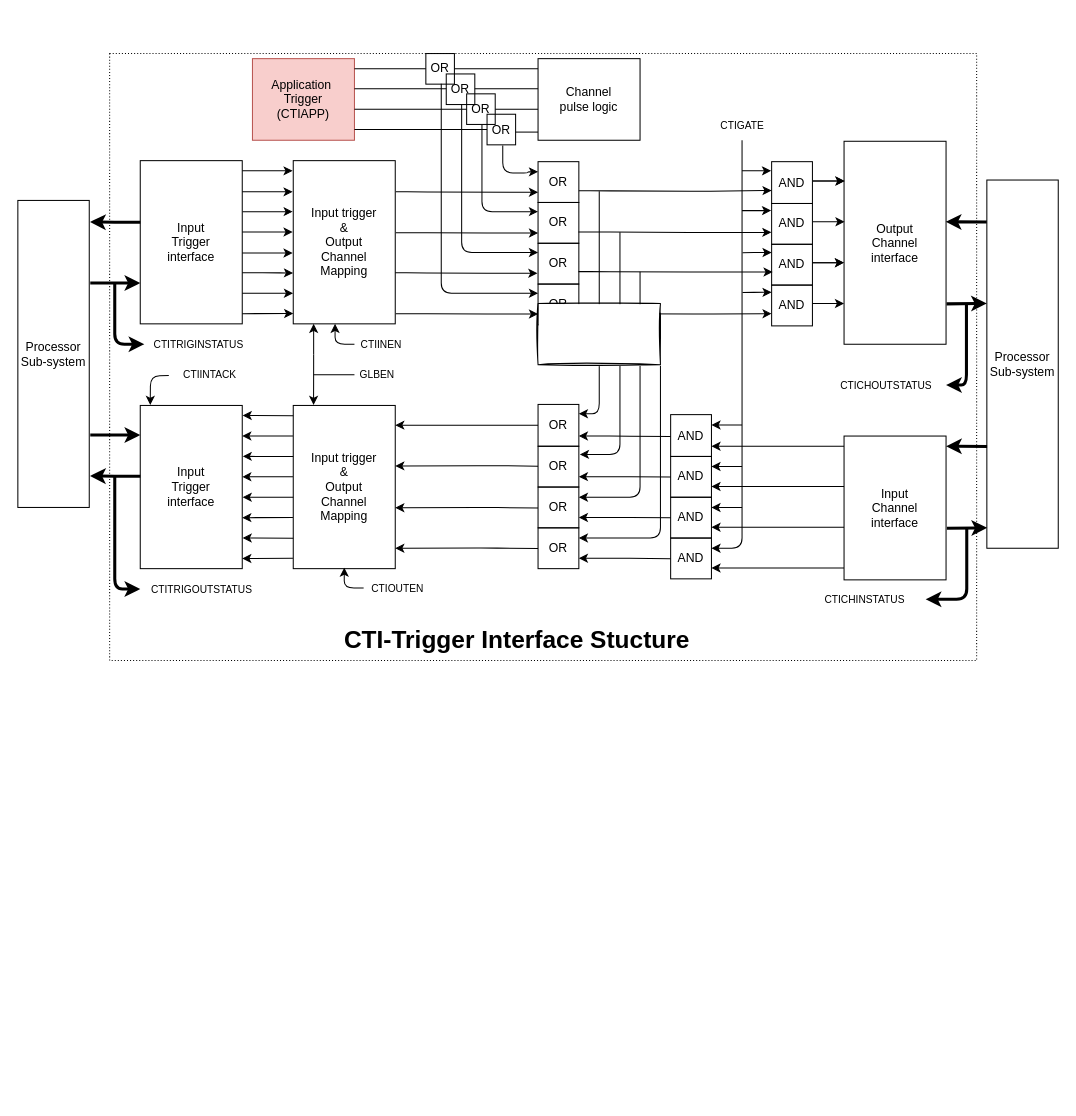
lzwgucas/ISP_UVM keeps this draw.io diagram as Untitled Diagram.drawio. Above is the earlier version. Source tidied: cells renumbered, new cells numbered last; positions are measured from the earlier drawing's top-left corner, leaving out a move shared by most shapes. Both pictures are drawn from the tidied source at 102%, with x=0, y=0 at pixel (17, 53).
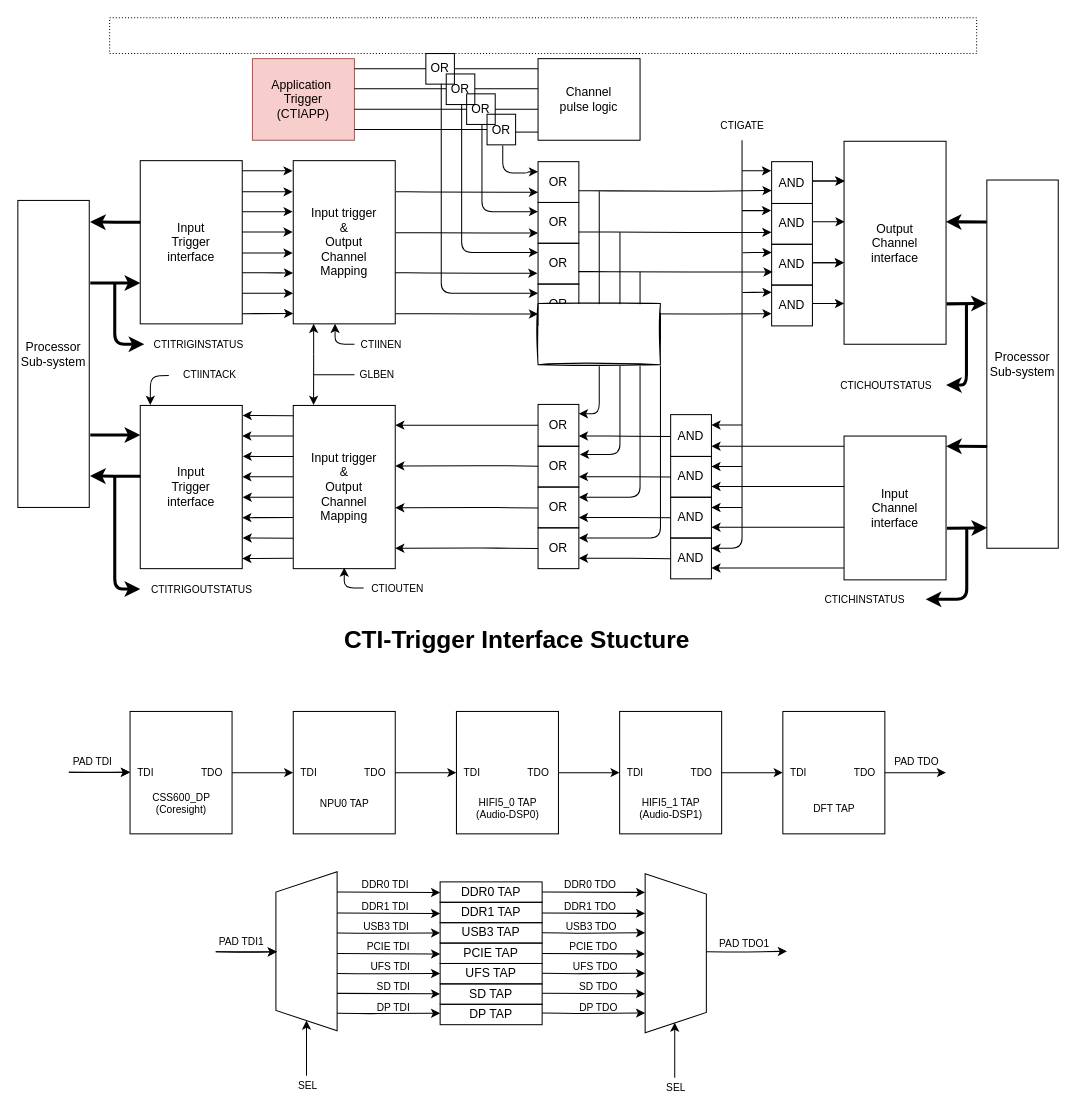
After the change.

Change to the diagram source:
```diff
@@
     <mxCell id="127" style="rounded=0;whiteSpace=wrap;html=1;shadow=0;gradientColor=#ffffff;glass=0;fillColor=none;dashed=1;dashPattern=1 2;" parent="1" vertex="1">
-      <mxGeometry x="90" width="850" height="595" as="geometry" />
+      <mxGeometry x="90" y="-35" width="850" height="35" as="geometry" />
     </mxCell>
@@
+    <mxCell id="129" style="rounded=0;whiteSpace=wrap;html=1;shadow=0;gradientColor=#ffffff;glass=0;fillColor=none;" parent="1" vertex="1">
+      <mxGeometry x="110" y="645" width="100" height="120" as="geometry" />
+    </mxCell>
+    <mxCell id="130" style="endArrow=classic;html=1;" parent="1" edge="1">
+      <mxGeometry relative="1" as="geometry">
+        <mxPoint x="210" y="705" as="sourcePoint" />
+        <mxPoint x="270" y="705" as="targetPoint" />
+      </mxGeometry>
+    </mxCell>
+    <mxCell id="131" value="TDI" style="text;html=1;align=center;verticalAlign=middle;fillColor=none;strokeColor=none;rounded=0;shadow=0;glass=0;fontSize=10;" parent="1" vertex="1">
+      <mxGeometry x="110" y="695" width="30" height="20" as="geometry" />
+    </mxCell>
+    <mxCell id="132" value="TDO" style="text;html=1;align=center;verticalAlign=middle;fillColor=none;strokeColor=none;rounded=0;shadow=0;glass=0;fontSize=10;" parent="1" vertex="1">
+      <mxGeometry x="170" y="695" width="40" height="20" as="geometry" />
+    </mxCell>
+    <mxCell id="133" style="rounded=0;whiteSpace=wrap;html=1;shadow=0;gradientColor=#ffffff;glass=0;fillColor=none;" parent="1" vertex="1">
+      <mxGeometry x="270" y="645" width="100" height="120" as="geometry" />
+    </mxCell>
+    <mxCell id="134" style="endArrow=classic;html=1;" parent="1" edge="1">
+      <mxGeometry relative="1" as="geometry">
+        <mxPoint x="370" y="705" as="sourcePoint" />
+        <mxPoint x="430" y="705" as="targetPoint" />
+      </mxGeometry>
+    </mxCell>
+    <mxCell id="135" value="TDI" style="text;html=1;align=center;verticalAlign=middle;fillColor=none;strokeColor=none;rounded=0;shadow=0;glass=0;fontSize=10;" parent="1" vertex="1">
+      <mxGeometry x="270" y="695" width="30" height="20" as="geometry" />
+    </mxCell>
+    <mxCell id="136" value="TDO" style="text;html=1;align=center;verticalAlign=middle;fillColor=none;strokeColor=none;rounded=0;shadow=0;glass=0;fontSize=10;" parent="1" vertex="1">
+      <mxGeometry x="330" y="695" width="40" height="20" as="geometry" />
+    </mxCell>
+    <mxCell id="137" style="rounded=0;whiteSpace=wrap;html=1;shadow=0;gradientColor=#ffffff;glass=0;fillColor=none;" parent="1" vertex="1">
+      <mxGeometry x="430" y="645" width="100" height="120" as="geometry" />
+    </mxCell>
+    <mxCell id="138" style="endArrow=classic;html=1;" parent="1" edge="1">
+      <mxGeometry relative="1" as="geometry">
+        <mxPoint x="530" y="705" as="sourcePoint" />
+        <mxPoint x="590" y="705" as="targetPoint" />
+      </mxGeometry>
+    </mxCell>
+    <mxCell id="139" value="TDI" style="text;html=1;align=center;verticalAlign=middle;fillColor=none;strokeColor=none;rounded=0;shadow=0;glass=0;fontSize=10;" parent="1" vertex="1">
+      <mxGeometry x="430" y="695" width="30" height="20" as="geometry" />
+    </mxCell>
+    <mxCell id="140" value="TDO" style="text;html=1;align=center;verticalAlign=middle;fillColor=none;strokeColor=none;rounded=0;shadow=0;glass=0;fontSize=10;" parent="1" vertex="1">
+      <mxGeometry x="490" y="695" width="40" height="20" as="geometry" />
+    </mxCell>
+    <mxCell id="141" style="rounded=0;whiteSpace=wrap;html=1;shadow=0;gradientColor=#ffffff;glass=0;fillColor=none;" parent="1" vertex="1">
+      <mxGeometry x="590" y="645" width="100" height="120" as="geometry" />
+    </mxCell>
+    <mxCell id="142" style="endArrow=classic;html=1;" parent="1" edge="1">
+      <mxGeometry relative="1" as="geometry">
+        <mxPoint x="690" y="705" as="sourcePoint" />
+        <mxPoint x="750" y="705" as="targetPoint" />
+      </mxGeometry>
+    </mxCell>
+    <mxCell id="143" value="TDI" style="text;html=1;align=center;verticalAlign=middle;fillColor=none;strokeColor=none;rounded=0;shadow=0;glass=0;fontSize=10;" parent="1" vertex="1">
+      <mxGeometry x="590" y="695" width="30" height="20" as="geometry" />
+    </mxCell>
+    <mxCell id="144" value="TDO" style="text;html=1;align=center;verticalAlign=middle;fillColor=none;strokeColor=none;rounded=0;shadow=0;glass=0;fontSize=10;" parent="1" vertex="1">
+      <mxGeometry x="650" y="695" width="40" height="20" as="geometry" />
+    </mxCell>
+    <mxCell id="145" style="rounded=0;whiteSpace=wrap;html=1;shadow=0;gradientColor=#ffffff;glass=0;fillColor=none;" parent="1" vertex="1">
+      <mxGeometry x="750" y="645" width="100" height="120" as="geometry" />
+    </mxCell>
+    <mxCell id="146" style="endArrow=classic;html=1;" parent="1" edge="1">
+      <mxGeometry relative="1" as="geometry">
+        <mxPoint x="850" y="705" as="sourcePoint" />
+        <mxPoint x="910" y="705" as="targetPoint" />
+      </mxGeometry>
+    </mxCell>
+    <mxCell id="147" value="TDI" style="text;html=1;align=center;verticalAlign=middle;fillColor=none;strokeColor=none;rounded=0;shadow=0;glass=0;fontSize=10;" parent="1" vertex="1">
+      <mxGeometry x="750" y="695" width="30" height="20" as="geometry" />
+    </mxCell>
+    <mxCell id="148" value="TDO" style="text;html=1;align=center;verticalAlign=middle;fillColor=none;strokeColor=none;rounded=0;shadow=0;glass=0;fontSize=10;" parent="1" vertex="1">
+      <mxGeometry x="810" y="695" width="40" height="20" as="geometry" />
+    </mxCell>
+    <mxCell id="149" value="CSS600_DP&lt;br&gt;(Coresight)" style="text;html=1;align=center;verticalAlign=middle;fillColor=none;strokeColor=none;rounded=0;shadow=0;glass=0;fontSize=10;" parent="1" vertex="1">
+      <mxGeometry x="120" y="720" width="80" height="30" as="geometry" />
+    </mxCell>
+    <mxCell id="150" value="NPU0 TAP" style="text;html=1;align=center;verticalAlign=middle;fillColor=none;strokeColor=none;rounded=0;shadow=0;glass=0;fontSize=10;" parent="1" vertex="1">
+      <mxGeometry x="285" y="725" width="70" height="20" as="geometry" />
+    </mxCell>
+    <mxCell id="151" value="HIFI5_0 TAP&lt;br&gt;(Audio-DSP0)" style="text;html=1;align=center;verticalAlign=middle;fillColor=none;strokeColor=none;rounded=0;shadow=0;glass=0;fontSize=10;" parent="1" vertex="1">
+      <mxGeometry x="435" y="725" width="90" height="30" as="geometry" />
+    </mxCell>
+    <mxCell id="152" value="HIFI5_1 TAP&lt;br&gt;(Audio-DSP1)" style="text;html=1;align=center;verticalAlign=middle;fillColor=none;strokeColor=none;rounded=0;shadow=0;glass=0;fontSize=10;" parent="1" vertex="1">
+      <mxGeometry x="595" y="725" width="90" height="30" as="geometry" />
+    </mxCell>
+    <mxCell id="153" value="DFT TAP&lt;br&gt;" style="text;html=1;align=center;verticalAlign=middle;fillColor=none;strokeColor=none;rounded=0;shadow=0;glass=0;fontSize=10;" parent="1" vertex="1">
+      <mxGeometry x="770" y="730" width="60" height="20" as="geometry" />
+    </mxCell>
+    <mxCell id="154" style="endArrow=classic;html=1;" parent="1" edge="1">
+      <mxGeometry relative="1" as="geometry">
+        <mxPoint x="50" y="704.6" as="sourcePoint" />
+        <mxPoint x="110" y="704.6" as="targetPoint" />
+      </mxGeometry>
+    </mxCell>
+    <mxCell id="155" value="PAD TDI" style="text;html=1;align=center;verticalAlign=middle;fillColor=none;strokeColor=none;rounded=0;shadow=0;glass=0;fontSize=10;" parent="1" vertex="1">
+      <mxGeometry x="43" y="684" width="60" height="20" as="geometry" />
+    </mxCell>
+    <mxCell id="156" value="PAD TDO" style="text;html=1;align=center;verticalAlign=middle;fillColor=none;strokeColor=none;rounded=0;shadow=0;glass=0;fontSize=10;" parent="1" vertex="1">
+      <mxGeometry x="846" y="684" width="70" height="20" as="geometry" />
+    </mxCell>
+    <mxCell id="157" style="shape=trapezoid;perimeter=trapezoidPerimeter;whiteSpace=wrap;html=1;fixedSize=1;rotation=-90;fillColor=none;" parent="1" vertex="1">
+      <mxGeometry x="205" y="850.1" width="156" height="60" as="geometry" />
+    </mxCell>
+    <mxCell id="158" style="endArrow=classic;html=1;" parent="1" edge="1">
+      <mxGeometry relative="1" as="geometry">
+        <mxPoint x="50" y="704.6" as="sourcePoint" />
+        <mxPoint x="110" y="704.6" as="targetPoint" />
+        <Array as="points">
+          <mxPoint x="80" y="705" />
+        </Array>
+      </mxGeometry>
+    </mxCell>
+    <mxCell id="159" style="endArrow=classic;html=1;" parent="1" edge="1">
+      <mxGeometry relative="1" as="geometry">
+        <mxPoint x="194" y="880.7" as="sourcePoint" />
+        <mxPoint x="254" y="880.7" as="targetPoint" />
+      </mxGeometry>
+    </mxCell>
+    <mxCell id="160" value="PAD TDI1" style="text;html=1;align=center;verticalAlign=middle;fillColor=none;strokeColor=none;rounded=0;shadow=0;glass=0;fontSize=10;" parent="1" vertex="1">
+      <mxGeometry x="184" y="860.1" width="70" height="20" as="geometry" />
+    </mxCell>
+    <mxCell id="161" style="endArrow=classic;html=1;" parent="1" edge="1">
+      <mxGeometry relative="1" as="geometry">
+        <mxPoint x="194" y="880.7" as="sourcePoint" />
+        <mxPoint x="254" y="880.7" as="targetPoint" />
+        <Array as="points">
+          <mxPoint x="224" y="881.1" />
+        </Array>
+      </mxGeometry>
+    </mxCell>
+    <mxCell id="162" style="endArrow=classic;html=1;" parent="1" edge="1" target="157">
+      <mxGeometry relative="1" as="geometry">
+        <mxPoint x="283" y="1002.1" as="sourcePoint" />
+        <Array as="points">
+          <mxPoint x="283" y="982.1" />
+          <mxPoint x="283" y="962.1" />
+        </Array>
+      </mxGeometry>
+    </mxCell>
+    <mxCell id="163" value="SEL" style="text;html=1;align=center;verticalAlign=middle;fillColor=none;strokeColor=none;rounded=0;shadow=0;glass=0;fontSize=10;" parent="1" vertex="1">
+      <mxGeometry x="264" y="1002.1" width="40" height="20" as="geometry" />
+    </mxCell>
+    <mxCell id="164" style="endArrow=classic;html=1;" parent="1" edge="1">
+      <mxGeometry relative="1" as="geometry">
+        <mxPoint x="313" y="842.7" as="sourcePoint" />
+        <mxPoint x="414" y="843.1" as="targetPoint" />
+      </mxGeometry>
+    </mxCell>
+    <mxCell id="165" value="DDR0 TDI" style="text;html=1;align=center;verticalAlign=middle;fillColor=none;strokeColor=none;rounded=0;shadow=0;glass=0;fontSize=10;" parent="1" vertex="1">
+      <mxGeometry x="325" y="805.1" width="70" height="20" as="geometry" />
+    </mxCell>
+    <mxCell id="166" style="endArrow=classic;html=1;" parent="1" edge="1">
+      <mxGeometry relative="1" as="geometry">
+        <mxPoint x="313" y="862.1" as="sourcePoint" />
+        <mxPoint x="414" y="862.1" as="targetPoint" />
+        <Array as="points">
+          <mxPoint x="343" y="862.6" />
+        </Array>
+      </mxGeometry>
+    </mxCell>
+    <mxCell id="167" value="USB3 TDI" style="text;html=1;align=center;verticalAlign=middle;fillColor=none;strokeColor=none;rounded=0;shadow=0;glass=0;fontSize=10;" parent="1" vertex="1">
+      <mxGeometry x="326" y="846.1" width="70" height="20" as="geometry" />
+    </mxCell>
+    <mxCell id="168" style="endArrow=classic;html=1;" parent="1" edge="1">
+      <mxGeometry relative="1" as="geometry">
+        <mxPoint x="313" y="882.4" as="sourcePoint" />
+        <mxPoint x="414" y="882.9" as="targetPoint" />
+      </mxGeometry>
+    </mxCell>
+    <mxCell id="169" value="PCIE TDI" style="text;html=1;align=center;verticalAlign=middle;fillColor=none;strokeColor=none;rounded=0;shadow=0;glass=0;fontSize=10;" parent="1" vertex="1">
+      <mxGeometry x="328" y="864.9" width="70" height="20" as="geometry" />
+    </mxCell>
+    <mxCell id="170" style="endArrow=classic;html=1;" parent="1" edge="1">
+      <mxGeometry relative="1" as="geometry">
+        <mxPoint x="313" y="901.9" as="sourcePoint" />
+        <mxPoint x="414" y="901.9" as="targetPoint" />
+        <Array as="points">
+          <mxPoint x="343" y="902.3" />
+        </Array>
+      </mxGeometry>
+    </mxCell>
+    <mxCell id="171" value="UFS TDI" style="text;html=1;align=center;verticalAlign=middle;fillColor=none;strokeColor=none;rounded=0;shadow=0;glass=0;fontSize=10;" parent="1" vertex="1">
+      <mxGeometry x="335" y="884.9" width="60" height="20" as="geometry" />
+    </mxCell>
+    <mxCell id="172" style="endArrow=classic;html=1;" parent="1" edge="1">
+      <mxGeometry relative="1" as="geometry">
+        <mxPoint x="313" y="822.1" as="sourcePoint" />
+        <mxPoint x="414" y="822.6" as="targetPoint" />
+      </mxGeometry>
+    </mxCell>
+    <mxCell id="173" value="DDR1 TDI" style="text;html=1;align=center;verticalAlign=middle;fillColor=none;strokeColor=none;rounded=0;shadow=0;glass=0;fontSize=10;" parent="1" vertex="1">
+      <mxGeometry x="325" y="826.1" width="70" height="20" as="geometry" />
+    </mxCell>
+    <mxCell id="174" style="endArrow=classic;html=1;" parent="1" edge="1">
+      <mxGeometry relative="1" as="geometry">
+        <mxPoint x="313" y="921.4" as="sourcePoint" />
+        <mxPoint x="414" y="921.9" as="targetPoint" />
+      </mxGeometry>
+    </mxCell>
+    <mxCell id="175" style="endArrow=classic;html=1;" parent="1" edge="1">
+      <mxGeometry relative="1" as="geometry">
+        <mxPoint x="313" y="940.9" as="sourcePoint" />
+        <mxPoint x="414" y="940.9" as="targetPoint" />
+        <Array as="points">
+          <mxPoint x="343" y="941.3" />
+        </Array>
+      </mxGeometry>
+    </mxCell>
+    <mxCell id="176" value="DP TDI" style="text;html=1;align=center;verticalAlign=middle;fillColor=none;strokeColor=none;rounded=0;shadow=0;glass=0;fontSize=10;" parent="1" vertex="1">
+      <mxGeometry x="343" y="924.9" width="50" height="20" as="geometry" />
+    </mxCell>
+    <mxCell id="177" value="SD TDI" style="text;html=1;align=center;verticalAlign=middle;fillColor=none;strokeColor=none;rounded=0;shadow=0;glass=0;fontSize=10;" parent="1" vertex="1">
+      <mxGeometry x="343" y="904.9" width="50" height="20" as="geometry" />
+    </mxCell>
+    <mxCell id="178" value="DDR0 TAP" style="rounded=0;whiteSpace=wrap;html=1;shadow=0;gradientColor=#ffffff;glass=0;fillColor=none;" parent="1" vertex="1">
+      <mxGeometry x="414" y="812.1" width="100" height="20" as="geometry" />
+    </mxCell>
+    <mxCell id="179" value="DDR1 TAP" style="rounded=0;whiteSpace=wrap;html=1;shadow=0;gradientColor=#ffffff;glass=0;fillColor=none;" parent="1" vertex="1">
+      <mxGeometry x="414" y="832.1" width="100" height="20" as="geometry" />
+    </mxCell>
+    <mxCell id="180" value="USB3 TAP" style="rounded=0;whiteSpace=wrap;html=1;shadow=0;gradientColor=#ffffff;glass=0;fillColor=none;" parent="1" vertex="1">
+      <mxGeometry x="414" y="852.1" width="100" height="20" as="geometry" />
+    </mxCell>
+    <mxCell id="181" value="PCIE TAP" style="rounded=0;whiteSpace=wrap;html=1;shadow=0;gradientColor=#ffffff;glass=0;fillColor=none;" parent="1" vertex="1">
+      <mxGeometry x="414" y="872.1" width="100" height="20" as="geometry" />
+    </mxCell>
+    <mxCell id="182" value="UFS TAP" style="rounded=0;whiteSpace=wrap;html=1;shadow=0;gradientColor=#ffffff;glass=0;fillColor=none;" parent="1" vertex="1">
+      <mxGeometry x="414" y="892.1" width="100" height="20" as="geometry" />
+    </mxCell>
+    <mxCell id="183" value="SD TAP" style="rounded=0;whiteSpace=wrap;html=1;shadow=0;gradientColor=#ffffff;glass=0;fillColor=none;" parent="1" vertex="1">
+      <mxGeometry x="414" y="912.1" width="100" height="20" as="geometry" />
+    </mxCell>
+    <mxCell id="184" value="DP TAP" style="rounded=0;whiteSpace=wrap;html=1;shadow=0;gradientColor=#ffffff;glass=0;fillColor=none;" parent="1" vertex="1">
+      <mxGeometry x="414" y="932.1" width="100" height="20" as="geometry" />
+    </mxCell>
+    <mxCell id="185" style="endArrow=classic;html=1;" parent="1" edge="1">
+      <mxGeometry relative="1" as="geometry">
+        <mxPoint x="514" y="842.6" as="sourcePoint" />
+        <mxPoint x="615" y="843" as="targetPoint" />
+      </mxGeometry>
+    </mxCell>
+    <mxCell id="186" value="DDR0 TDO" style="text;html=1;align=center;verticalAlign=middle;fillColor=none;strokeColor=none;rounded=0;shadow=0;glass=0;fontSize=10;" parent="1" vertex="1">
+      <mxGeometry x="521" y="805" width="80" height="20" as="geometry" />
+    </mxCell>
+    <mxCell id="187" style="endArrow=classic;html=1;" parent="1" edge="1">
+      <mxGeometry relative="1" as="geometry">
+        <mxPoint x="514" y="862" as="sourcePoint" />
+        <mxPoint x="615" y="862" as="targetPoint" />
+        <Array as="points">
+          <mxPoint x="544" y="862.4" />
+        </Array>
+      </mxGeometry>
+    </mxCell>
+    <mxCell id="188" value="USB3 TDO" style="text;html=1;align=center;verticalAlign=middle;fillColor=none;strokeColor=none;rounded=0;shadow=0;glass=0;fontSize=10;" parent="1" vertex="1">
+      <mxGeometry x="522" y="846" width="80" height="20" as="geometry" />
+    </mxCell>
+    <mxCell id="189" style="endArrow=classic;html=1;" parent="1" edge="1">
+      <mxGeometry relative="1" as="geometry">
+        <mxPoint x="514" y="882.3" as="sourcePoint" />
+        <mxPoint x="615" y="882.7" as="targetPoint" />
+      </mxGeometry>
+    </mxCell>
+    <mxCell id="190" value="PCIE TDO" style="text;html=1;align=center;verticalAlign=middle;fillColor=none;strokeColor=none;rounded=0;shadow=0;glass=0;fontSize=10;" parent="1" vertex="1">
+      <mxGeometry x="529" y="864.7" width="70" height="20" as="geometry" />
+    </mxCell>
+    <mxCell id="191" style="endArrow=classic;html=1;" parent="1" edge="1">
+      <mxGeometry relative="1" as="geometry">
+        <mxPoint x="514" y="901.7" as="sourcePoint" />
+        <mxPoint x="615" y="901.7" as="targetPoint" />
+        <Array as="points">
+          <mxPoint x="544" y="902.1" />
+        </Array>
+      </mxGeometry>
+    </mxCell>
+    <mxCell id="192" value="UFS TDO" style="text;html=1;align=center;verticalAlign=middle;fillColor=none;strokeColor=none;rounded=0;shadow=0;glass=0;fontSize=10;" parent="1" vertex="1">
+      <mxGeometry x="531" y="884.7" width="70" height="20" as="geometry" />
+    </mxCell>
+    <mxCell id="193" style="endArrow=classic;html=1;" parent="1" edge="1">
+      <mxGeometry relative="1" as="geometry">
+        <mxPoint x="514" y="822" as="sourcePoint" />
+        <mxPoint x="615" y="822.4" as="targetPoint" />
+      </mxGeometry>
+    </mxCell>
+    <mxCell id="194" value="DDR1 TDO" style="text;html=1;align=center;verticalAlign=middle;fillColor=none;strokeColor=none;rounded=0;shadow=0;glass=0;fontSize=10;" parent="1" vertex="1">
+      <mxGeometry x="521" y="826" width="80" height="20" as="geometry" />
+    </mxCell>
+    <mxCell id="195" style="endArrow=classic;html=1;" parent="1" edge="1">
+      <mxGeometry relative="1" as="geometry">
+        <mxPoint x="514" y="921.3" as="sourcePoint" />
+        <mxPoint x="615" y="921.7" as="targetPoint" />
+      </mxGeometry>
+    </mxCell>
+    <mxCell id="196" style="endArrow=classic;html=1;" parent="1" edge="1">
+      <mxGeometry relative="1" as="geometry">
+        <mxPoint x="514" y="940.7" as="sourcePoint" />
+        <mxPoint x="615" y="940.7" as="targetPoint" />
+        <Array as="points">
+          <mxPoint x="544" y="941.1" />
+        </Array>
+      </mxGeometry>
+    </mxCell>
+    <mxCell id="197" value="DP TDO" style="text;html=1;align=center;verticalAlign=middle;fillColor=none;strokeColor=none;rounded=0;shadow=0;glass=0;fontSize=10;" parent="1" vertex="1">
+      <mxGeometry x="539" y="924.7" width="60" height="20" as="geometry" />
+    </mxCell>
+    <mxCell id="198" value="SD TDO" style="text;html=1;align=center;verticalAlign=middle;fillColor=none;strokeColor=none;rounded=0;shadow=0;glass=0;fontSize=10;" parent="1" vertex="1">
+      <mxGeometry x="539" y="904.7" width="60" height="20" as="geometry" />
+    </mxCell>
+    <mxCell id="199" style="shape=trapezoid;perimeter=trapezoidPerimeter;whiteSpace=wrap;html=1;fixedSize=1;rotation=90;fillColor=none;" parent="1" vertex="1">
+      <mxGeometry x="567" y="852.1" width="156" height="60" as="geometry" />
+    </mxCell>
+    <mxCell id="200" value="PAD TDO1" style="text;html=1;align=center;verticalAlign=middle;fillColor=none;strokeColor=none;rounded=0;shadow=0;glass=0;fontSize=10;" parent="1" vertex="1">
+      <mxGeometry x="677" y="862" width="70" height="20" as="geometry" />
+    </mxCell>
+    <mxCell id="201" style="endArrow=classic;html=1;" parent="1" edge="1">
+      <mxGeometry relative="1" as="geometry">
+        <mxPoint x="675" y="880.6" as="sourcePoint" />
+        <mxPoint x="754" y="880.1" as="targetPoint" />
+        <Array as="points">
+          <mxPoint x="705" y="881" />
+        </Array>
+      </mxGeometry>
+    </mxCell>
+    <mxCell id="202" style="endArrow=classic;html=1;" parent="1" edge="1">
+      <mxGeometry relative="1" as="geometry">
+        <mxPoint x="644" y="1004.1" as="sourcePoint" />
+        <mxPoint x="644" y="950.1" as="targetPoint" />
+        <Array as="points">
+          <mxPoint x="644" y="984.1" />
+          <mxPoint x="644" y="964.1" />
+        </Array>
+      </mxGeometry>
+    </mxCell>
+    <mxCell id="203" value="SEL" style="text;html=1;align=center;verticalAlign=middle;fillColor=none;strokeColor=none;rounded=0;shadow=0;glass=0;fontSize=10;" parent="1" vertex="1">
+      <mxGeometry x="625" y="1004.1" width="40" height="20" as="geometry" />
+    </mxCell>
```
